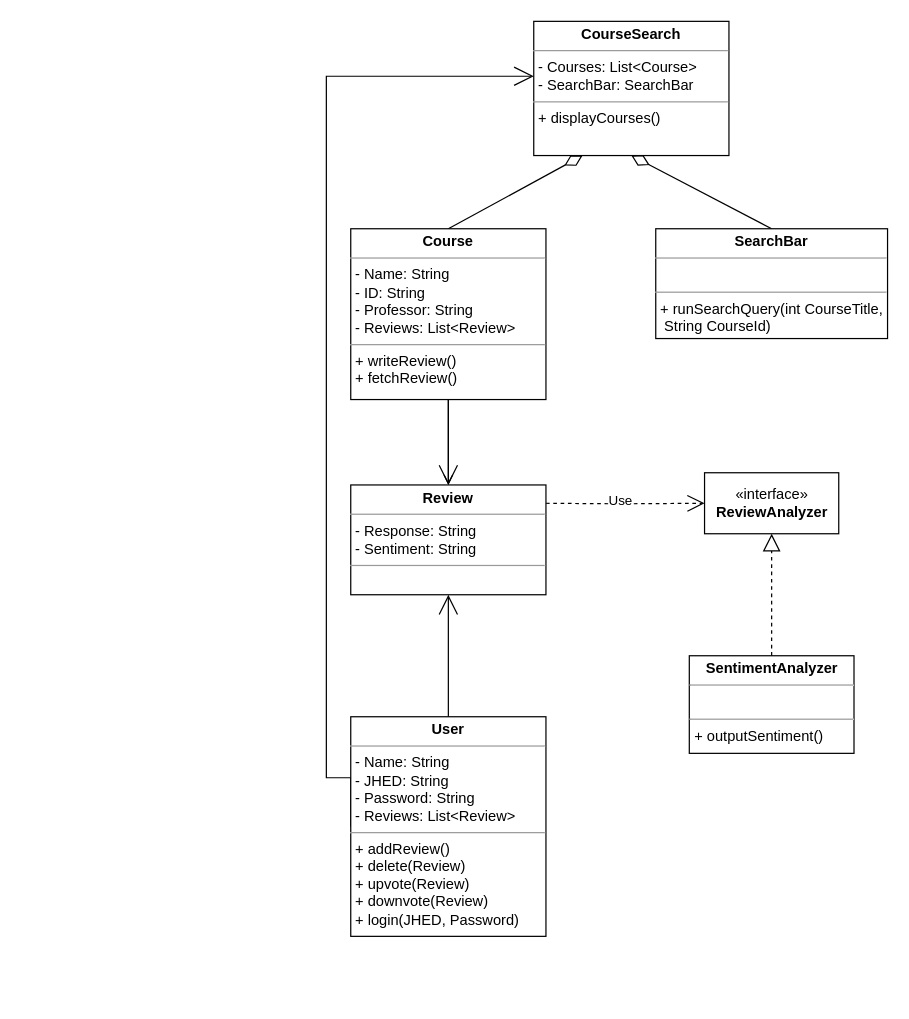
echua3/course-sentiment-analyzer keeps this draw.io diagram as docs/design/class_diagram1.drawio. Above is the earlier version. Source tidied: cells renumbered, new cells numbered last; positions are measured from the earlier drawing's top-left corner, leaving out a move shared by most shapes. Both pictures are drawn from the tidied source at 122%, with x=0, y=0 at pixel (326, 21).
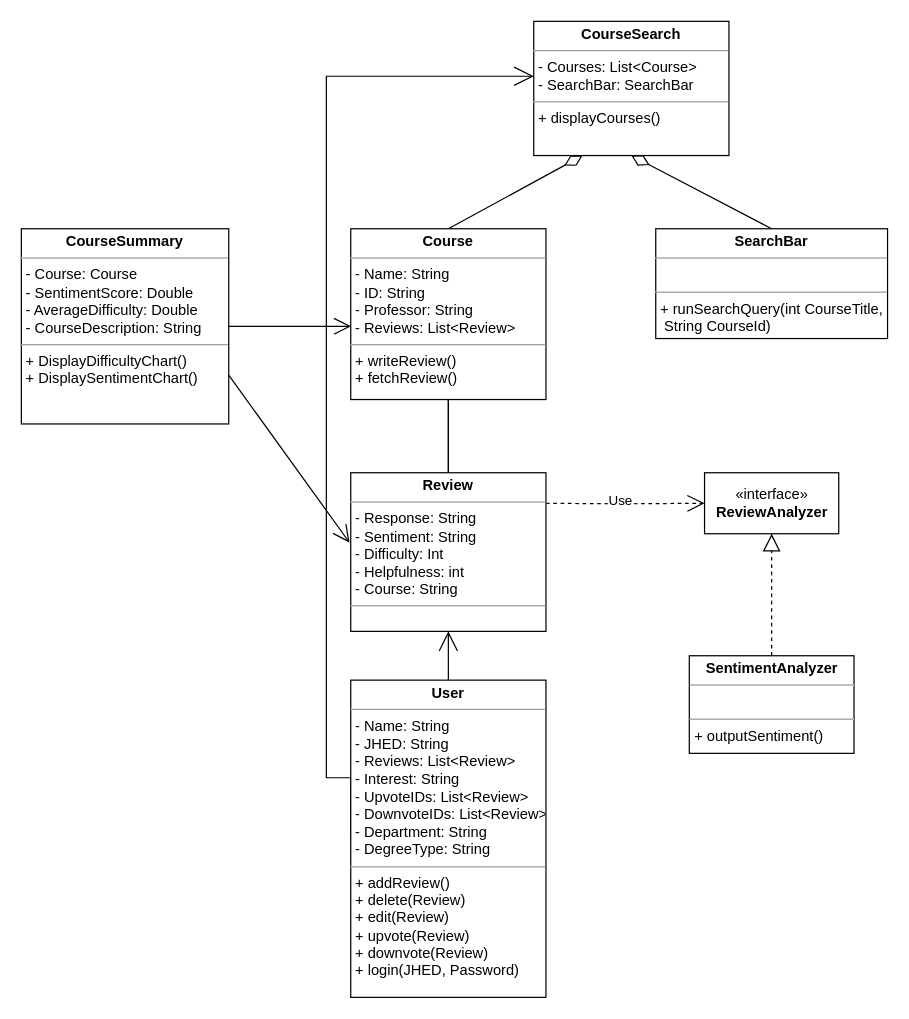
The same diagram, later.

The change refers to these unchanged cells:
```xml
<mxCell id="5" value="&lt;p style=&quot;margin:0px;margin-top:4px;text-align:center;&quot;&gt;&lt;b&gt;Course&lt;/b&gt;&lt;/p&gt;&lt;hr size=&quot;1&quot;&gt;&lt;p style=&quot;margin:0px;margin-left:4px;&quot;&gt;- Name: String&lt;/p&gt;&lt;p style=&quot;margin:0px;margin-left:4px;&quot;&gt;- ID: String&lt;/p&gt;&lt;p style=&quot;margin:0px;margin-left:4px;&quot;&gt;- Professor: String&lt;/p&gt;&lt;p style=&quot;margin:0px;margin-left:4px;&quot;&gt;- Reviews: List&amp;lt;Review&amp;gt;&lt;/p&gt;&lt;hr size=&quot;1&quot;&gt;&lt;p style=&quot;margin:0px;margin-left:4px;&quot;&gt;+ writeReview()&lt;/p&gt;&lt;p style=&quot;margin:0px;margin-left:4px;&quot;&gt;+ fetchReview()&lt;/p&gt;&lt;p style=&quot;margin:0px;margin-left:4px;&quot;&gt;&lt;br&gt;&lt;/p&gt;" style="verticalAlign=top;align=left;overflow=fill;fontSize=12;fontFamily=Helvetica;html=1;" parent="1" vertex="1">
  <mxGeometry x="20" y="170" width="160" height="140" as="geometry" />
</mxCell>
```

The edit, as a diff of the source:
```diff
@@
-    <mxCell id="3" style="edgeStyle=none;rounded=0;jettySize=auto;html=1;exitX=0.5;exitY=1;exitDx=0;exitDy=0;entryX=0.5;entryY=0;entryDx=0;entryDy=0;startArrow=none;startFill=0;endArrow=open;endFill=0;startSize=14;endSize=14;sourcePerimeterSpacing=0;" parent="1" edge="1" source="5" target="7">
+    <mxCell id="3" style="edgeStyle=none;rounded=0;jettySize=auto;html=1;exitX=0.5;exitY=1;exitDx=0;exitDy=0;entryX=0.5;entryY=0;entryDx=0;entryDy=0;startArrow=none;startFill=0;endArrow=none;endFill=0;startSize=14;endSize=14;sourcePerimeterSpacing=0;" parent="1" edge="1" source="5" target="7">
       <mxGeometry relative="1" as="geometry" />
     </mxCell>
-    <mxCell id="4" style="edgeStyle=orthogonalEdgeStyle;rounded=0;jettySize=auto;html=1;endArrow=open;endFill=0;" parent="1" edge="1" source="5" target="7">
+    <mxCell id="4" style="edgeStyle=orthogonalEdgeStyle;rounded=0;jettySize=auto;html=1;endArrow=none;endFill=0;" parent="1" edge="1" source="5" target="7">
       <mxGeometry relative="1" as="geometry" />
     </mxCell>
@@
-    <mxCell id="7" value="&lt;p style=&quot;margin:0px;margin-top:4px;text-align:center;&quot;&gt;&lt;b&gt;Review&lt;/b&gt;&lt;/p&gt;&lt;hr size=&quot;1&quot;&gt;&lt;p style=&quot;margin:0px;margin-left:4px;&quot;&gt;&lt;span style=&quot;background-color: initial;&quot;&gt;- Response: String&lt;/span&gt;&lt;br&gt;&lt;/p&gt;&lt;p style=&quot;margin:0px;margin-left:4px;&quot;&gt;- Sentiment: String&lt;/p&gt;&lt;hr size=&quot;1&quot;&gt;&lt;p style=&quot;margin:0px;margin-left:4px;&quot;&gt;&lt;br&gt;&lt;/p&gt;" style="verticalAlign=top;align=left;overflow=fill;fontSize=12;fontFamily=Helvetica;html=1;" parent="1" vertex="1">
-      <mxGeometry x="20" y="380" width="160" height="90" as="geometry" />
+    <mxCell id="7" value="&lt;p style=&quot;margin:0px;margin-top:4px;text-align:center;&quot;&gt;&lt;b&gt;Review&lt;/b&gt;&lt;/p&gt;&lt;hr size=&quot;1&quot;&gt;&lt;p style=&quot;margin:0px;margin-left:4px;&quot;&gt;&lt;span style=&quot;background-color: initial;&quot;&gt;- Response: String&lt;/span&gt;&lt;br&gt;&lt;/p&gt;&lt;p style=&quot;margin:0px;margin-left:4px;&quot;&gt;- Sentiment: String&lt;/p&gt;&lt;p style=&quot;margin:0px;margin-left:4px;&quot;&gt;- Difficulty: Int&lt;/p&gt;&lt;p style=&quot;margin:0px;margin-left:4px;&quot;&gt;- Helpfulness: int&lt;/p&gt;&lt;p style=&quot;margin:0px;margin-left:4px;&quot;&gt;- Course: String&lt;/p&gt;&lt;hr size=&quot;1&quot;&gt;&lt;p style=&quot;margin:0px;margin-left:4px;&quot;&gt;&lt;br&gt;&lt;/p&gt;" style="verticalAlign=top;align=left;overflow=fill;fontSize=12;fontFamily=Helvetica;html=1;" parent="1" vertex="1">
+      <mxGeometry x="20" y="370" width="160" height="130" as="geometry" />
     </mxCell>
@@
-    <mxCell id="9" value="&lt;p style=&quot;margin:0px;margin-top:4px;text-align:center;&quot;&gt;&lt;b&gt;User&lt;/b&gt;&lt;/p&gt;&lt;hr size=&quot;1&quot;&gt;&lt;p style=&quot;margin:0px;margin-left:4px;&quot;&gt;- Name: String&lt;/p&gt;&lt;p style=&quot;margin:0px;margin-left:4px;&quot;&gt;- JHED: String&lt;br&gt;&lt;/p&gt;&lt;p style=&quot;margin:0px;margin-left:4px;&quot;&gt;- Password: String&lt;/p&gt;&lt;p style=&quot;margin:0px;margin-left:4px;&quot;&gt;- Reviews: List&amp;lt;Review&amp;gt;&lt;/p&gt;&lt;hr size=&quot;1&quot;&gt;&lt;p style=&quot;margin:0px;margin-left:4px;&quot;&gt;+ addReview()&lt;/p&gt;&lt;p style=&quot;margin:0px;margin-left:4px;&quot;&gt;+ delete(Review)&lt;/p&gt;&lt;p style=&quot;margin:0px;margin-left:4px;&quot;&gt;+ upvote(Review)&lt;/p&gt;&lt;p style=&quot;margin: 0px 0px 0px 4px;&quot;&gt;+ downvote(Review)&lt;/p&gt;&lt;p style=&quot;margin:0px;margin-left:4px;&quot;&gt;+ login(JHED, Password)&lt;/p&gt;" style="verticalAlign=top;align=left;overflow=fill;fontSize=12;fontFamily=Helvetica;html=1;" parent="1" vertex="1">
-      <mxGeometry x="20" y="570" width="160" height="180" as="geometry" />
+    <mxCell id="9" value="&lt;p style=&quot;margin:0px;margin-top:4px;text-align:center;&quot;&gt;&lt;b&gt;User&lt;/b&gt;&lt;/p&gt;&lt;hr size=&quot;1&quot;&gt;&lt;p style=&quot;margin:0px;margin-left:4px;&quot;&gt;- Name: String&lt;/p&gt;&lt;p style=&quot;margin:0px;margin-left:4px;&quot;&gt;- JHED: String&lt;/p&gt;&lt;p style=&quot;margin:0px;margin-left:4px;&quot;&gt;- Reviews: List&amp;lt;Review&amp;gt;&lt;/p&gt;&lt;p style=&quot;margin:0px;margin-left:4px;&quot;&gt;- Interest: String&lt;/p&gt;&lt;p style=&quot;margin:0px;margin-left:4px;&quot;&gt;- UpvoteIDs: List&amp;lt;Review&amp;gt;&lt;/p&gt;&lt;p style=&quot;margin:0px;margin-left:4px;&quot;&gt;- DownvoteIDs: List&amp;lt;Review&amp;gt;&lt;/p&gt;&lt;p style=&quot;margin:0px;margin-left:4px;&quot;&gt;- Department: String&lt;/p&gt;&lt;p style=&quot;margin:0px;margin-left:4px;&quot;&gt;- DegreeType: String&lt;/p&gt;&lt;hr size=&quot;1&quot;&gt;&lt;p style=&quot;margin:0px;margin-left:4px;&quot;&gt;+ addReview()&lt;/p&gt;&lt;p style=&quot;margin:0px;margin-left:4px;&quot;&gt;+ delete(Review)&lt;/p&gt;&lt;p style=&quot;margin:0px;margin-left:4px;&quot;&gt;+ edit(Review)&lt;/p&gt;&lt;p style=&quot;margin:0px;margin-left:4px;&quot;&gt;+ upvote(Review)&lt;/p&gt;&lt;p style=&quot;margin: 0px 0px 0px 4px;&quot;&gt;+ downvote(Review)&lt;/p&gt;&lt;p style=&quot;margin:0px;margin-left:4px;&quot;&gt;+ login(JHED, Password)&lt;/p&gt;" style="verticalAlign=top;align=left;overflow=fill;fontSize=12;fontFamily=Helvetica;html=1;" parent="1" vertex="1">
+      <mxGeometry x="20" y="540" width="160" height="260" as="geometry" />
     </mxCell>
@@
+    <mxCell id="18" style="edgeStyle=orthogonalEdgeStyle;rounded=0;jettySize=auto;html=1;exitX=1;exitY=0.5;exitDx=0;exitDy=0;entryX=0.002;entryY=0.571;entryDx=0;entryDy=0;entryPerimeter=0;endArrow=open;endFill=0;endSize=12;" parent="1" edge="1" source="20" target="5">
+      <mxGeometry relative="1" as="geometry" />
+    </mxCell>
+    <mxCell id="19" style="rounded=0;jettySize=auto;html=1;exitX=1;exitY=0.75;exitDx=0;exitDy=0;entryX=-0.006;entryY=0.441;entryDx=0;entryDy=0;entryPerimeter=0;endArrow=open;endFill=0;endSize=12;" parent="1" edge="1" source="20" target="7">
+      <mxGeometry relative="1" as="geometry" />
+    </mxCell>
+    <mxCell id="20" value="&lt;p style=&quot;margin:0px;margin-top:4px;text-align:center;&quot;&gt;&lt;b&gt;CourseSummary&lt;/b&gt;&lt;/p&gt;&lt;hr size=&quot;1&quot;&gt;&lt;p style=&quot;margin:0px;margin-left:4px;&quot;&gt;- Course: Course&lt;br&gt;&lt;/p&gt;&lt;p style=&quot;margin:0px;margin-left:4px;&quot;&gt;- SentimentScore: Double&lt;/p&gt;&lt;p style=&quot;margin:0px;margin-left:4px;&quot;&gt;- AverageDifficulty: Double&lt;/p&gt;&lt;p style=&quot;margin:0px;margin-left:4px;&quot;&gt;- CourseDescription: String&lt;/p&gt;&lt;hr size=&quot;1&quot;&gt;&lt;p style=&quot;margin:0px;margin-left:4px;&quot;&gt;+ DisplayDifficultyChart()&lt;/p&gt;&lt;p style=&quot;margin:0px;margin-left:4px;&quot;&gt;+ DisplaySentimentChart()&lt;/p&gt;" style="verticalAlign=top;align=left;overflow=fill;fontSize=12;fontFamily=Helvetica;html=1;" parent="1" vertex="1">
+      <mxGeometry x="-250" y="170" width="170" height="160" as="geometry" />
+    </mxCell>
```
